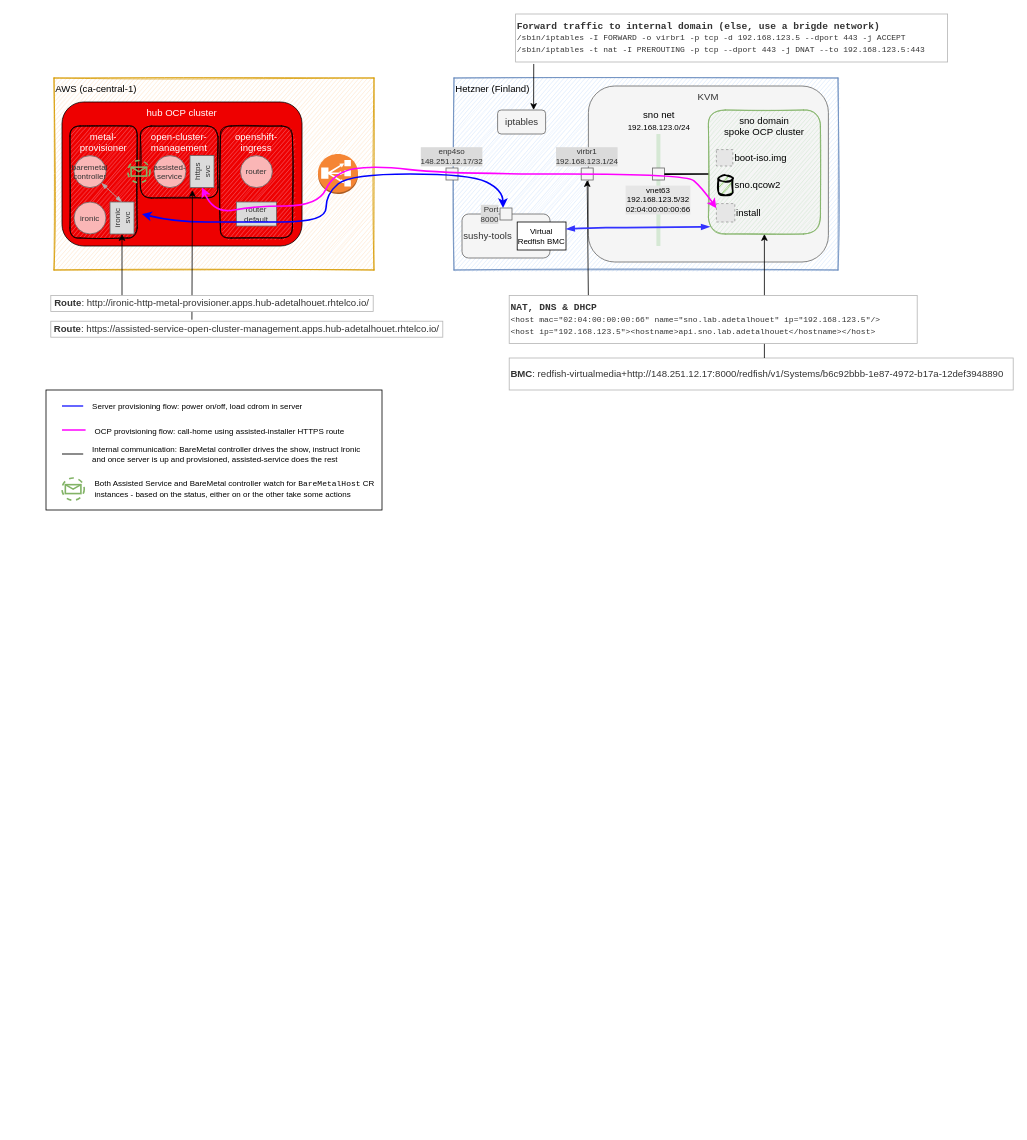
Above: ztp/doc/resources/ocp-ztp.drawio in adetalhouet/ocp-gitops (draw.io), before the change. Source tidied: cells renumbered, new cells numbered last; positions are measured from the earlier drawing's top-left corner, leaving out a move shared by most shapes. Both pictures are drawn from the tidied source at 80%, with x=0, y=0 at pixel (46, 14). Pictures stored in the file or linked from it are replaced by grey dashed boxes.
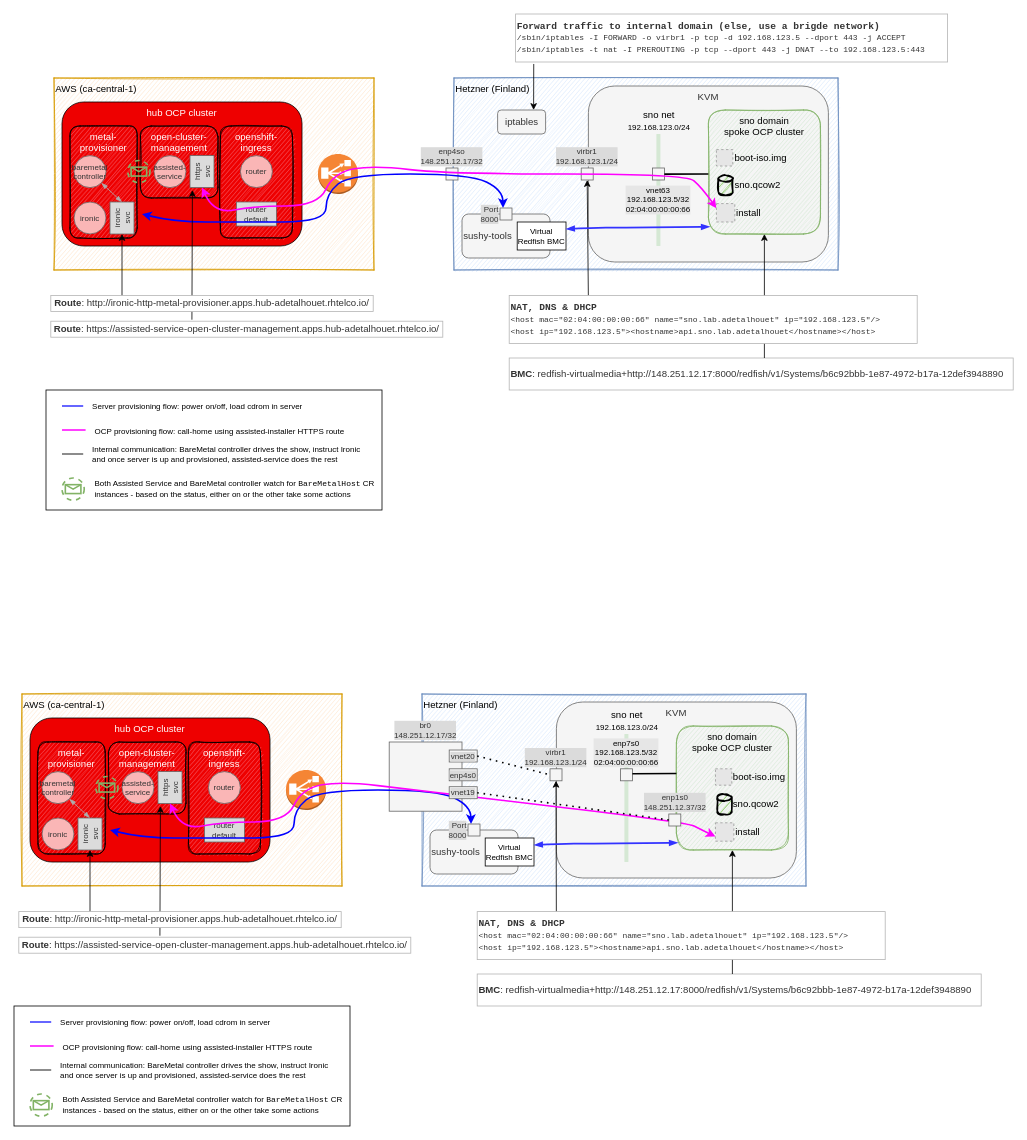
After the change.

Commit message:
Add bridge net arch in draw.io

What changed in the source:
```diff
@@
+    <mxCell id="51" style="rounded=0;whiteSpace=wrap;html=1;glass=0;labelBackgroundColor=#ffffff;sketch=0;fontFamily=Helvetica;fontSize=10;fontColor=#000000;gradientColor=none;align=left;verticalAlign=middle;" parent="1" vertex="1">
+      <mxGeometry x="-40" y="1240" width="420" height="150" as="geometry" />
+    </mxCell>
+    <mxCell id="52" value="AWS (ca-central-1)" style="whiteSpace=wrap;html=1;align=left;verticalAlign=top;strokeColor=#d79b00;fillColor=#ffe6cc;sketch=1;" parent="1" vertex="1">
+      <mxGeometry x="-30" y="850" width="400" height="240" as="geometry" />
+    </mxCell>
+    <mxCell id="53" value="hub OCP cluster" style="rounded=1;whiteSpace=wrap;html=1;align=center;verticalAlign=top;fillColor=#EE0000;fontColor=#FFFFFF;sketch=0;" parent="1" vertex="1">
+      <mxGeometry x="-20" y="880" width="300" height="180" as="geometry" />
+    </mxCell>
+    <mxCell id="54" value="metal-provisioner" style="rounded=1;whiteSpace=wrap;html=1;align=center;verticalAlign=top;fillColor=#F5606D;fontColor=#FFFFFF;glass=0;sketch=1;" parent="1" vertex="1">
+      <mxGeometry x="-10" y="910" width="84" height="140" as="geometry" />
+    </mxCell>
+    <mxCell id="55" value="&lt;div style=&quot;font-size: 10px;&quot;&gt;&lt;span style=&quot;font-size: 10px;&quot;&gt;baremetal controller&lt;/span&gt;&lt;/div&gt;" style="ellipse;whiteSpace=wrap;html=1;align=center;verticalAlign=middle;strokeColor=#666666;fontColor=#333333;fillColor=#FAB6B6;labelPosition=center;verticalLabelPosition=middle;fontSize=10;" parent="1" vertex="1">
+      <mxGeometry x="-5" y="947" width="40" height="40" as="geometry" />
+    </mxCell>
+    <mxCell id="56" value="&lt;div style=&quot;font-size: 10px;&quot;&gt;&lt;span style=&quot;font-size: 10px;&quot;&gt;ironic&lt;/span&gt;&lt;/div&gt;" style="ellipse;whiteSpace=wrap;html=1;align=center;verticalAlign=middle;strokeColor=#666666;fontColor=#333333;fillColor=#FAB6B6;fontSize=10;" parent="1" vertex="1">
+      <mxGeometry x="-5" y="1005" width="40" height="40" as="geometry" />
+    </mxCell>
+    <mxCell id="57" value="ironic svc" style="rounded=0;whiteSpace=wrap;html=1;align=center;verticalAlign=middle;strokeColor=#666666;fontColor=#333333;fillColor=#DBDBDB;rotation=-90;fontSize=10;" parent="1" vertex="1">
+      <mxGeometry x="35" y="1010" width="40" height="30" as="geometry" />
+    </mxCell>
+    <mxCell id="58" value="openshift-ingress" style="rounded=1;whiteSpace=wrap;html=1;align=center;verticalAlign=top;fillColor=#F5606D;fontColor=#FFFFFF;glass=0;sketch=1;" parent="1" vertex="1">
+      <mxGeometry x="178" y="910" width="90" height="140" as="geometry" />
+    </mxCell>
+    <mxCell id="59" value="&lt;div style=&quot;font-size: 10px;&quot;&gt;&lt;span style=&quot;font-size: 10px;&quot;&gt;router&lt;/span&gt;&lt;/div&gt;" style="ellipse;whiteSpace=wrap;html=1;align=center;verticalAlign=middle;strokeColor=#666666;fontColor=#333333;fillColor=#FAB6B6;fontSize=10;" parent="1" vertex="1">
+      <mxGeometry x="203" y="947" width="40" height="40" as="geometry" />
+    </mxCell>
+    <mxCell id="60" value="router default" style="rounded=0;whiteSpace=wrap;html=1;align=center;verticalAlign=middle;strokeColor=#666666;fontColor=#333333;fillColor=#DBDBDB;fontSize=10;" parent="1" vertex="1">
+      <mxGeometry x="198" y="1005" width="50" height="30" as="geometry" />
+    </mxCell>
+    <mxCell id="61" style="dashed=0;verticalLabelPosition=bottom;verticalAlign=top;align=center;html=1;shape=mxgraph.aws3.classic_load_balancer;fillColor=#F58534;gradientColor=none;" parent="1" vertex="1">
+      <mxGeometry x="300" y="945" width="50" height="50" as="geometry" />
+    </mxCell>
+    <mxCell id="62" style="endArrow=classic;html=1;entryX=0;entryY=0.5;entryDx=0;entryDy=0;fillColor=#f5f5f5;" parent="1" edge="1" target="57">
+      <mxGeometry relative="1" as="geometry">
+        <mxPoint x="55" y="1122" as="sourcePoint" />
+      </mxGeometry>
+    </mxCell>
+    <mxCell id="63" value="&lt;font color=&quot;#000000&quot;&gt;Hetzner (Finland)&lt;/font&gt;" style="rounded=0;whiteSpace=wrap;html=1;glass=0;sketch=1;fillColor=#dae8fc;align=left;verticalAlign=top;strokeColor=#6c8ebf;" parent="1" vertex="1">
+      <mxGeometry x="470" y="850" width="480" height="240" as="geometry" />
+    </mxCell>
+    <mxCell id="64" value="KVM" style="rounded=1;whiteSpace=wrap;html=1;align=center;verticalAlign=top;fillColor=#f5f5f5;fontColor=#333333;sketch=0;strokeColor=#666666;" parent="1" vertex="1">
+      <mxGeometry x="638" y="860" width="300" height="220" as="geometry" />
+    </mxCell>
+    <mxCell id="65" value="&lt;font color=&quot;#000000&quot;&gt;sno domain&lt;br&gt;spoke OCP cluster&lt;/font&gt;" style="rounded=1;whiteSpace=wrap;html=1;align=center;verticalAlign=top;fillColor=#d5e8d4;glass=0;sketch=1;strokeColor=#82b366;" parent="1" vertex="1">
+      <mxGeometry x="788" y="890" width="140" height="155" as="geometry" />
+    </mxCell>
+    <mxCell id="66" value="br0&lt;br style=&quot;font-size: 10px&quot;&gt;148.251.12.17/32" style="whiteSpace=wrap;html=1;rounded=0;glass=0;sketch=0;fillColor=#f5f5f5;align=center;verticalAlign=bottom;strokeColor=#666666;fontColor=#333333;labelPosition=center;verticalLabelPosition=top;labelBackgroundColor=#DBDBDB;fontSize=10;" parent="1" vertex="1">
+      <mxGeometry x="429" y="910" width="91" height="86.5" as="geometry" />
+    </mxCell>
+    <mxCell id="67" value="&lt;font color=&quot;#000000&quot;&gt;sno net&lt;br&gt;&lt;/font&gt;&lt;span style=&quot;font-size: 10px&quot;&gt;192.168.123.0/24&lt;/span&gt;&lt;font color=&quot;#000000&quot;&gt;&lt;br&gt;&lt;/font&gt;" style="rounded=1;html=1;align=center;verticalAlign=bottom;fillColor=#d5e8d4;glass=0;sketch=0;labelPosition=center;verticalLabelPosition=top;strokeColor=none;" parent="1" vertex="1">
+      <mxGeometry x="723" y="900" width="5" height="160" as="geometry" />
+    </mxCell>
+    <mxCell id="68" value="virbr1&lt;br style=&quot;font-size: 10px;&quot;&gt;192.168.123.1/24" style="whiteSpace=wrap;html=1;rounded=0;glass=0;sketch=0;fillColor=#f5f5f5;align=center;verticalAlign=bottom;strokeColor=#666666;fontColor=#333333;labelPosition=center;verticalLabelPosition=top;labelBackgroundColor=#DBDBDB;labelBorderColor=none;fontSize=10;" parent="1" vertex="1">
+      <mxGeometry x="630" y="943.5" width="15" height="15" as="geometry" />
+    </mxCell>
+    <mxCell id="69" style="endArrow=classic;html=1;entryX=0.5;entryY=1;entryDx=0;entryDy=0;exitX=0.194;exitY=0.001;exitDx=0;exitDy=0;fillColor=#f5f5f5;exitPerimeter=0;" parent="1" edge="1" source="90" target="68">
+      <mxGeometry relative="1" as="geometry" />
+    </mxCell>
+    <mxCell id="70" value="&lt;font color=&quot;#000000&quot;&gt;enp7s0&lt;br style=&quot;font-size: 10px&quot;&gt;192.168.123.5/32&lt;br style=&quot;font-size: 10px&quot;&gt;&lt;span style=&quot;text-align: left ; font-size: 10px&quot;&gt;02:04:00:00:00:66&lt;/span&gt;&lt;/font&gt;" style="whiteSpace=wrap;html=1;rounded=0;glass=0;sketch=0;fillColor=#f5f5f5;align=center;verticalAlign=bottom;strokeColor=#666666;labelPosition=center;verticalLabelPosition=top;labelBackgroundColor=#E6E6E6;labelBorderColor=none;direction=south;fontColor=#333333;fontSize=10;" parent="1" vertex="1">
+      <mxGeometry x="718" y="943.5" width="15" height="15" as="geometry" />
+    </mxCell>
+    <mxCell id="71" value="boot-iso.img" style="fillColor=#E6E6E6;strokeColor=#999999;dashed=1;html=1;verticalAlign=middle;verticalLabelPosition=middle;labelBackgroundColor=none;labelPosition=right;align=left;" parent="1" vertex="1">
+      <mxGeometry x="836.8" y="943.5" width="20.5" height="20.5" as="geometry" />
+    </mxCell>
+    <mxCell id="72" value="sno.qcow2" style="strokeWidth=2;html=1;shape=mxgraph.flowchart.database;whiteSpace=wrap;rounded=0;glass=0;labelBackgroundColor=none;sketch=1;gradientColor=none;align=left;verticalAlign=middle;labelPosition=right;verticalLabelPosition=middle;fillColor=#97D077;" parent="1" vertex="1">
+      <mxGeometry x="839.2" y="975.5" width="18" height="25" as="geometry" />
+    </mxCell>
+    <mxCell id="73" style="endArrow=none;html=1;fontColor=#000000;strokeWidth=2;entryX=0.25;entryY=0;entryDx=0;entryDy=0;exitX=0;exitY=0.415;exitDx=0;exitDy=0;exitPerimeter=0;" parent="1" edge="1">
+      <mxGeometry relative="1" as="geometry">
+        <mxPoint x="788" y="949.4" as="sourcePoint" />
+        <mxPoint x="733" y="949.6" as="targetPoint" />
+      </mxGeometry>
+    </mxCell>
+    <mxCell id="74" style="curved=1;endArrow=classic;html=1;fontColor=#FFFFFF;startArrow=classic;startFill=1;fillColor=#dae8fc;strokeWidth=2;strokeColor=#0000FF;entryX=0.25;entryY=0;entryDx=0;entryDy=0;" parent="1" edge="1" target="85">
+      <mxGeometry relative="1" as="geometry">
+        <mxPoint x="80" y="1020" as="sourcePoint" />
+        <Array as="points">
+          <mxPoint x="120" y="1030" />
+          <mxPoint x="200" y="1030" />
+          <mxPoint x="310" y="1030" />
+          <mxPoint x="310" y="995" />
+          <mxPoint x="340" y="970" />
+          <mxPoint x="490" y="970" />
+          <mxPoint x="531" y="990" />
+        </Array>
+      </mxGeometry>
+    </mxCell>
+    <mxCell id="75" value="open-cluster-management" style="rounded=1;whiteSpace=wrap;html=1;align=center;verticalAlign=top;fillColor=#F5606D;fontColor=#FFFFFF;glass=0;sketch=1;" parent="1" vertex="1">
+      <mxGeometry x="78" y="910" width="97" height="90" as="geometry" />
+    </mxCell>
+    <mxCell id="76" value="&lt;div style=&quot;font-size: 10px;&quot;&gt;&lt;span style=&quot;font-size: 10px;&quot;&gt;assisted-service&lt;/span&gt;&lt;/div&gt;" style="ellipse;whiteSpace=wrap;html=1;align=center;verticalAlign=middle;strokeColor=#666666;fontColor=#333333;fillColor=#FAB6B6;fontSize=10;" parent="1" vertex="1">
+      <mxGeometry x="95" y="947" width="40" height="40" as="geometry" />
+    </mxCell>
+    <mxCell id="77" value="https svc" style="rounded=0;whiteSpace=wrap;html=1;align=center;verticalAlign=middle;strokeColor=#666666;fontColor=#333333;fillColor=#DBDBDB;fontSize=10;rotation=-90;" parent="1" vertex="1">
+      <mxGeometry x="135" y="952" width="40" height="30" as="geometry" />
+    </mxCell>
+    <mxCell id="78" style="curved=1;endArrow=classic;html=1;fontColor=#FFFFFF;startArrow=classic;startFill=1;fillColor=#fff2cc;strokeWidth=2;exitX=0;exitY=0.5;exitDx=0;exitDy=0;strokeColor=#FF00FF;entryX=0;entryY=0.75;entryDx=0;entryDy=0;" parent="1" edge="1" source="77" target="86">
+      <mxGeometry relative="1" as="geometry">
+        <Array as="points">
+          <mxPoint x="170" y="1020" />
+          <mxPoint x="220" y="1010" />
+          <mxPoint x="300" y="1010" />
+          <mxPoint x="320" y="968" />
+          <mxPoint x="370" y="959" />
+          <mxPoint x="460" y="970" />
+          <mxPoint x="800" y="1010" />
+          <mxPoint x="820" y="1020" />
+        </Array>
+      </mxGeometry>
+    </mxCell>
+    <mxCell id="79" value="&lt;b&gt;Route&lt;/b&gt;: https://assisted-service-open-cluster-management.apps.hub-adetalhouet.rhtelco.io/" style="text;html=1;align=center;verticalAlign=middle;whiteSpace=wrap;rounded=0;fontColor=#333333;fillColor=#ffffff;strokeWidth=1;strokeColor=#B5B5B5;" parent="1" vertex="1">
+      <mxGeometry x="-34" y="1154" width="490" height="20" as="geometry" />
+    </mxCell>
+    <mxCell id="80" style="endArrow=classic;html=1;entryX=0;entryY=0.5;entryDx=0;entryDy=0;fillColor=#f5f5f5;exitX=0.36;exitY=-0.093;exitDx=0;exitDy=0;exitPerimeter=0;" parent="1" edge="1" source="79">
+      <mxGeometry relative="1" as="geometry">
+        <mxPoint x="143" y="990" as="targetPoint" />
+      </mxGeometry>
+    </mxCell>
+    <mxCell id="81" value="&lt;b&gt;Route&lt;/b&gt;: http://ironic-http-metal-provisioner.apps.hub-adetalhouet.rhtelco.io/" style="text;html=1;align=center;verticalAlign=middle;whiteSpace=wrap;rounded=0;fontColor=#333333;fillColor=#ffffff;strokeWidth=1;strokeColor=#B5B5B5;" parent="1" vertex="1">
+      <mxGeometry x="-34" y="1122" width="403" height="20" as="geometry" />
+    </mxCell>
+    <mxCell id="82" style="endArrow=blockThin;startArrow=blockThin;html=1;fontSize=10;fontColor=#000000;strokeWidth=1;entryX=1;entryY=1;entryDx=0;entryDy=0;fillColor=#f5f5f5;startFill=1;endFill=1;strokeColor=#ADADAD;" parent="1" edge="1" target="55">
+      <mxGeometry relative="1" as="geometry">
+        <mxPoint x="55" y="1005" as="sourcePoint" />
+      </mxGeometry>
+    </mxCell>
+    <mxCell id="83" value="sushy-tools" style="rounded=1;whiteSpace=wrap;html=1;align=left;verticalAlign=middle;fillColor=#f5f5f5;fontColor=#333333;sketch=0;strokeColor=#666666;labelPosition=center;verticalLabelPosition=middle;" parent="1" vertex="1">
+      <mxGeometry x="480" y="1020" width="110" height="55" as="geometry" />
+    </mxCell>
+    <mxCell id="84" value="Virtual Redfish BMC" style="rounded=0;whiteSpace=wrap;html=1;glass=0;labelBackgroundColor=none;sketch=0;fontSize=10;fontColor=#000000;fillColor=#ffffff;gradientColor=none;align=center;verticalAlign=middle;" parent="1" vertex="1">
+      <mxGeometry x="549" y="1030" width="61" height="35" as="geometry" />
+    </mxCell>
+    <mxCell id="85" value="Port&lt;br style=&quot;font-size: 10px;&quot;&gt;8000" style="whiteSpace=wrap;html=1;rounded=0;glass=0;sketch=0;fillColor=#f5f5f5;align=right;verticalAlign=middle;strokeColor=#666666;fontColor=#333333;labelPosition=left;verticalLabelPosition=middle;labelBackgroundColor=#DBDBDB;fontSize=10;" parent="1" vertex="1">
+      <mxGeometry x="527.5" y="1012.5" width="15" height="15" as="geometry" />
+    </mxCell>
+    <mxCell id="86" value="install" style="fillColor=#E6E6E6;strokeColor=#999999;dashed=1;html=1;verticalAlign=middle;verticalLabelPosition=middle;labelBackgroundColor=none;fontSize=12;fontColor=#000000;labelPosition=right;align=left;" parent="1" vertex="1">
+      <mxGeometry x="836.8" y="1011" width="23" height="23" as="geometry" />
+    </mxCell>
+    <mxCell id="87" style="curved=1;endArrow=blockThin;html=1;fontSize=12;fontColor=#000000;strokeWidth=2;entryX=0.013;entryY=0.942;entryDx=0;entryDy=0;entryPerimeter=0;strokeColor=#3333FF;startArrow=blockThin;startFill=1;endFill=1;exitX=1;exitY=0.25;exitDx=0;exitDy=0;" parent="1" edge="1" source="84" target="65">
+      <mxGeometry relative="1" as="geometry">
+        <Array as="points">
+          <mxPoint x="650" y="1037" />
+          <mxPoint x="670" y="1037" />
+          <mxPoint x="700" y="1037" />
+        </Array>
+      </mxGeometry>
+    </mxCell>
+    <mxCell id="88" value="&lt;p&gt;&lt;span style=&quot;font-size: 12px;&quot;&gt;&lt;font&gt;&lt;b&gt;BMC&lt;/b&gt;: redfish-virtualmedia+http://148.251.12.17:8000/redfish/v1/Systems/b6c92bbb-1e87-4972-b17a-12def3948890&lt;/font&gt;&lt;/span&gt;&lt;/p&gt;" style="text;html=1;align=left;verticalAlign=middle;fontSize=10;fontFamily=Helvetica;labelBorderColor=none;fontColor=#333333;labelBackgroundColor=#ffffff;strokeWidth=1;strokeColor=#B5B5B5;" parent="1" vertex="1">
+      <mxGeometry x="539" y="1200" width="630" height="40" as="geometry" />
+    </mxCell>
+    <mxCell id="89" style="endArrow=classic;html=1;entryX=0.5;entryY=1;entryDx=0;entryDy=0;fillColor=#f5f5f5;" parent="1" edge="1" target="65">
+      <mxGeometry relative="1" as="geometry">
+        <mxPoint x="858" y="1200" as="sourcePoint" />
+      </mxGeometry>
+    </mxCell>
+    <mxCell id="90" value="&lt;b&gt;NAT, DNS &amp;amp; DHCP&lt;br&gt;&lt;/b&gt;&lt;font style=&quot;font-size: 10px&quot;&gt;&amp;lt;host mac=&quot;02:04:00:00:00:66&quot; name=&quot;sno.lab.adetalhouet&quot; ip=&quot;192.168.123.5&quot;/&amp;gt;&lt;br&gt;&amp;lt;host ip=&quot;192.168.123.5&quot;&amp;gt;&amp;lt;hostname&amp;gt;api.sno.lab.adetalhouet&amp;lt;/hostname&amp;gt;&amp;lt;/host&amp;gt;&lt;/font&gt;" style="text;html=1;align=left;verticalAlign=middle;whiteSpace=wrap;rounded=0;fontColor=#333333;fillColor=#ffffff;fontFamily=Courier New;strokeWidth=1;strokeColor=#B5B5B5;" parent="1" vertex="1">
+      <mxGeometry x="539" y="1122" width="510" height="60" as="geometry" />
+    </mxCell>
+    <mxCell id="91" value="&amp;nbsp; &amp;nbsp; Server provisioning flow: power on/off, load cdrom in server" style="endArrow=none;html=1;fontFamily=Helvetica;fontSize=10;fontColor=#000000;strokeColor=#3333FF;strokeWidth=2;labelPosition=right;verticalLabelPosition=middle;align=left;verticalAlign=middle;" parent="1" edge="1">
+      <mxGeometry relative="1" as="geometry">
+        <mxPoint x="-20" y="1260" as="sourcePoint" />
+        <mxPoint x="30" y="1260" as="targetPoint" />
+      </mxGeometry>
+    </mxCell>
+    <mxCell id="92" style="endArrow=none;html=1;fontFamily=Helvetica;fontSize=10;fontColor=#000000;strokeWidth=2;strokeColor=#FF00FF;" parent="1" edge="1">
+      <mxGeometry relative="1" as="geometry">
+        <mxPoint x="-20" y="1290" as="sourcePoint" />
+        <mxPoint x="30" y="1290" as="targetPoint" />
+      </mxGeometry>
+    </mxCell>
+    <mxCell id="93" value="&amp;nbsp; &amp;nbsp; OCP provisioning flow: call-home using assisted-installer HTTPS route" style="edgeLabel;html=1;align=left;verticalAlign=middle;fontSize=10;fontFamily=Helvetica;fontColor=#000000;labelPosition=right;verticalLabelPosition=middle;" parent="92" vertex="1">
+      <mxGeometry x="0.13" relative="1" as="geometry" />
+    </mxCell>
+    <mxCell id="94" value="&amp;nbsp; &amp;nbsp; Internal communication: BareMetal controller drives the show, instruct Ironic &lt;br&gt;&amp;nbsp; &amp;nbsp; and once server is up and provisioned, assisted-service does the rest" style="endArrow=none;html=1;fontFamily=Helvetica;fontSize=10;fontColor=#000000;strokeColor=#666666;strokeWidth=2;fillColor=#f5f5f5;labelPosition=right;verticalLabelPosition=middle;align=left;verticalAlign=middle;" parent="1" edge="1">
+      <mxGeometry relative="1" as="geometry">
+        <mxPoint x="-20" y="1320" as="sourcePoint" />
+        <mxPoint x="30" y="1320" as="targetPoint" />
+      </mxGeometry>
+    </mxCell>
+    <mxCell id="95" style="shape=mxgraph.bpmn.event;html=1;verticalLabelPosition=bottom;labelBackgroundColor=#ffffff;verticalAlign=top;align=center;perimeter=ellipsePerimeter;outline=eventNonint;symbol=message;rounded=0;glass=0;sketch=0;fontFamily=Helvetica;fontSize=10;strokeColor=#82b366;strokeWidth=2;fillColor=none;" parent="1" vertex="1">
+      <mxGeometry x="62.2" y="953.1" width="27.8" height="27.8" as="geometry" />
+    </mxCell>
+    <mxCell id="96" value="&amp;nbsp; &amp;nbsp; Both Assisted Service and BareMetal controller watch for &lt;font face=&quot;Courier New&quot;&gt;BareMetalHost&lt;/font&gt; CR &lt;br&gt;&amp;nbsp; &amp;nbsp; instances - based on the status, either on or the other take some actions" style="shape=mxgraph.bpmn.event;html=1;verticalLabelPosition=middle;labelBackgroundColor=#ffffff;verticalAlign=middle;align=left;perimeter=ellipsePerimeter;outline=eventNonint;symbol=message;rounded=0;glass=0;sketch=0;fontFamily=Helvetica;fontSize=10;strokeColor=#82b366;strokeWidth=2;fillColor=none;labelPosition=right;" parent="1" vertex="1">
+      <mxGeometry x="-20" y="1350" width="27.8" height="27.8" as="geometry" />
+    </mxCell>
+    <mxCell id="97" value="enp4s0" style="whiteSpace=wrap;html=1;rounded=0;glass=0;sketch=0;fillColor=#f5f5f5;align=center;verticalAlign=middle;strokeColor=#666666;fontColor=#333333;labelPosition=center;verticalLabelPosition=middle;labelBackgroundColor=#DBDBDB;labelBorderColor=none;fontSize=10;" parent="1" vertex="1">
+      <mxGeometry x="504" y="943.5" width="35" height="15" as="geometry" />
+    </mxCell>
+    <mxCell id="98" value="vnet19" style="whiteSpace=wrap;html=1;rounded=0;glass=0;sketch=0;fillColor=#f5f5f5;align=center;verticalAlign=middle;strokeColor=#666666;fontColor=#333333;labelPosition=center;verticalLabelPosition=middle;labelBackgroundColor=#DBDBDB;labelBorderColor=none;fontSize=10;" parent="1" vertex="1">
+      <mxGeometry x="504" y="965.9" width="35" height="15" as="geometry" />
+    </mxCell>
+    <mxCell id="99" value="enp1s0&lt;br&gt;148.251.12.37/32" style="whiteSpace=wrap;html=1;rounded=0;glass=0;sketch=0;fillColor=#f5f5f5;align=center;verticalAlign=bottom;strokeColor=#666666;fontColor=#333333;labelPosition=center;verticalLabelPosition=top;labelBackgroundColor=#DBDBDB;labelBorderColor=none;fontSize=10;" parent="1" vertex="1">
+      <mxGeometry x="778.5" y="1000" width="15" height="15" as="geometry" />
+    </mxCell>
+    <mxCell id="100" style="endArrow=none;dashed=1;html=1;dashPattern=1 3;strokeWidth=2;exitX=1;exitY=0.5;exitDx=0;exitDy=0;entryX=0;entryY=0.5;entryDx=0;entryDy=0;" parent="1" edge="1" source="98" target="99">
+      <mxGeometry relative="1" as="geometry" />
+    </mxCell>
+    <mxCell id="101" value="vnet20" style="whiteSpace=wrap;html=1;rounded=0;glass=0;sketch=0;fillColor=#f5f5f5;align=center;verticalAlign=middle;strokeColor=#666666;fontColor=#333333;labelPosition=center;verticalLabelPosition=middle;labelBackgroundColor=#DBDBDB;labelBorderColor=none;fontSize=10;" parent="1" vertex="1">
+      <mxGeometry x="504" y="920" width="35" height="15" as="geometry" />
+    </mxCell>
+    <mxCell id="102" style="endArrow=none;dashed=1;html=1;dashPattern=1 3;strokeWidth=2;exitX=1;exitY=0.5;exitDx=0;exitDy=0;entryX=0;entryY=0.5;entryDx=0;entryDy=0;" parent="1" edge="1" source="101" target="68">
+      <mxGeometry relative="1" as="geometry" />
+    </mxCell>
```
